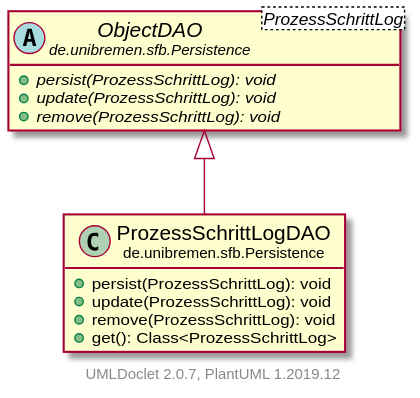
fkehlenb/softwareprojekt-2 keeps this PlantUML diagram as doc/UML/modulsichtSVG/ProzessSchrittLogDAO.svg. Above is the earlier version.
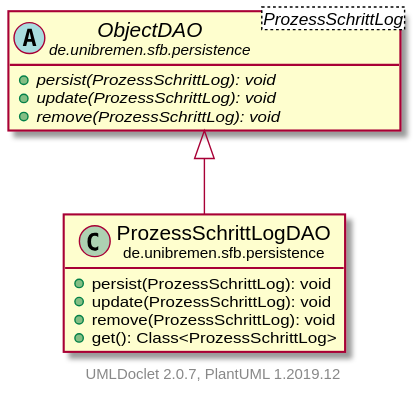
Above is the later version.

Change to the diagram source:
```diff
@@ -3,20 +3,20 @@
     hide empty fields
     hide empty methods
 
-    class "<size:14>ProzessSchrittLogDAO\n<size:10>de.unibremen.sfb.Persistence" as de.unibremen.sfb.Persistence.ProzessSchrittLogDAO [[ProzessSchrittLogDAO.html]] {
+    class "<size:14>ProzessSchrittLogDAO\n<size:10>de.unibremen.sfb.persistence" as de.unibremen.sfb.persistence.ProzessSchrittLogDAO [[ProzessSchrittLogDAO.html]] {
         +persist(ProzessSchrittLog): void
         +update(ProzessSchrittLog): void
         +remove(ProzessSchrittLog): void
         +get(): Class<ProzessSchrittLog>
     }
 
-    abstract class "<size:14>ObjectDAO\n<size:10>de.unibremen.sfb.Persistence" as de.unibremen.sfb.Persistence.ObjectDAO<ProzessSchrittLog> [[ObjectDAO.html]] {
+    abstract class "<size:14>ObjectDAO\n<size:10>de.unibremen.sfb.persistence" as de.unibremen.sfb.persistence.ObjectDAO<ProzessSchrittLog> [[ObjectDAO.html]] {
         {abstract} +persist(ProzessSchrittLog): void
         {abstract} +update(ProzessSchrittLog): void
         {abstract} +remove(ProzessSchrittLog): void
     }
 
-    de.unibremen.sfb.Persistence.ObjectDAO <|-- de.unibremen.sfb.Persistence.ProzessSchrittLogDAO
+    de.unibremen.sfb.persistence.ObjectDAO <|-- de.unibremen.sfb.persistence.ProzessSchrittLogDAO
 
     center footer UMLDoclet 2.0.7, PlantUML 1.2019.12
 @enduml
```
